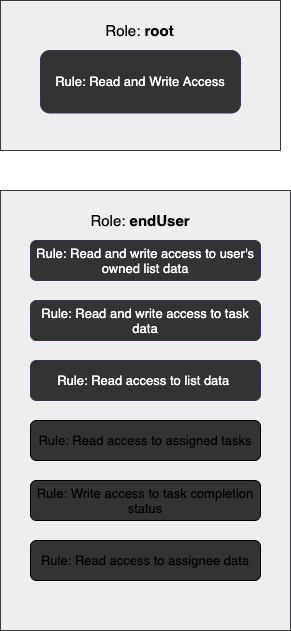
This is src/Images/drawio-images/rules.drawio.png from fluree/to-do-lists-generator, a draw.io export, as it was before one commit. Source tidied: cells renumbered, new cells last; positions are measured from the earlier drawing's top-left corner, leaving out a move shared by most shapes.
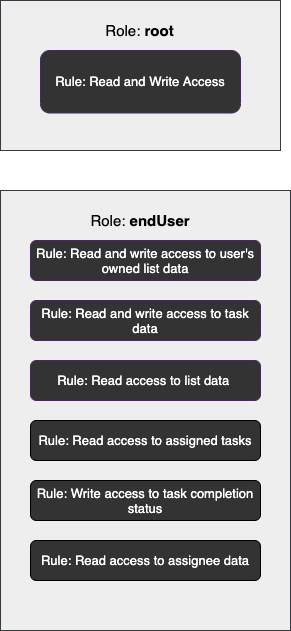
The same diagram one commit later.

The edit, as a diff of the source:
```diff
@@ -23,16 +23,16 @@
     <mxCell id="8" value="&lt;font style=&quot;font-size: 13px&quot;&gt;Rule: Read and write access to task data&lt;/font&gt;" style="rounded=1;whiteSpace=wrap;html=1;strokeColor=#432D57;fontColor=#ffffff;fillColor=#333333;" parent="1" vertex="1">
       <mxGeometry x="30" y="300" width="230" height="40" as="geometry" />
     </mxCell>
-    <mxCell id="9" value="&lt;font style=&quot;font-size: 13px&quot;&gt;Rule: Write access to task completion status&lt;/font&gt;" style="rounded=1;whiteSpace=wrap;html=1;fillColor=#333333;" parent="1" vertex="1">
+    <mxCell id="9" value="&lt;font style=&quot;font-size: 13px&quot;&gt;Rule: Write access to task completion status&lt;/font&gt;" style="rounded=1;whiteSpace=wrap;html=1;fillColor=#333333;fontColor=#FFFFFF;" parent="1" vertex="1">
       <mxGeometry x="30" y="480" width="230" height="40" as="geometry" />
     </mxCell>
-    <mxCell id="10" value="&lt;font style=&quot;font-size: 13px&quot;&gt;Rule: Read access to list data&amp;nbsp;&lt;/font&gt;" style="rounded=1;whiteSpace=wrap;html=1;strokeColor=#432D57;fontColor=#ffffff;fillColor=#333333;" parent="1" vertex="1">
+    <mxCell id="10" value="&lt;font style=&quot;font-size: 13px&quot;&gt;Rule: Read access to list data&amp;nbsp;&lt;/font&gt;" style="rounded=1;whiteSpace=wrap;html=1;strokeColor=#432D57;fillColor=#333333;fontColor=#FFFFFF;" parent="1" vertex="1">
       <mxGeometry x="30" y="360" width="230" height="40" as="geometry" />
     </mxCell>
-    <mxCell id="11" value="&lt;font style=&quot;font-size: 13px&quot;&gt;Rule: Read access to assignee data&lt;/font&gt;" style="rounded=1;whiteSpace=wrap;html=1;fillColor=#333333;" parent="1" vertex="1">
+    <mxCell id="11" value="&lt;font style=&quot;font-size: 13px&quot; color=&quot;#ffffff&quot;&gt;Rule: Read access to assignee data&lt;/font&gt;" style="rounded=1;whiteSpace=wrap;html=1;fillColor=#333333;" parent="1" vertex="1">
       <mxGeometry x="30" y="540" width="230" height="40" as="geometry" />
     </mxCell>
-    <mxCell id="12" value="&lt;font style=&quot;font-size: 13px&quot;&gt;Rule: Read access to assigned tasks&lt;/font&gt;" style="rounded=1;whiteSpace=wrap;html=1;fillColor=#333333;" parent="1" vertex="1">
+    <mxCell id="12" value="&lt;font style=&quot;font-size: 13px&quot;&gt;Rule: Read access to assigned tasks&lt;/font&gt;" style="rounded=1;whiteSpace=wrap;html=1;fillColor=#333333;fontColor=#FFFFFF;" parent="1" vertex="1">
       <mxGeometry x="30" y="420" width="230" height="40" as="geometry" />
     </mxCell>
   </root>
```
